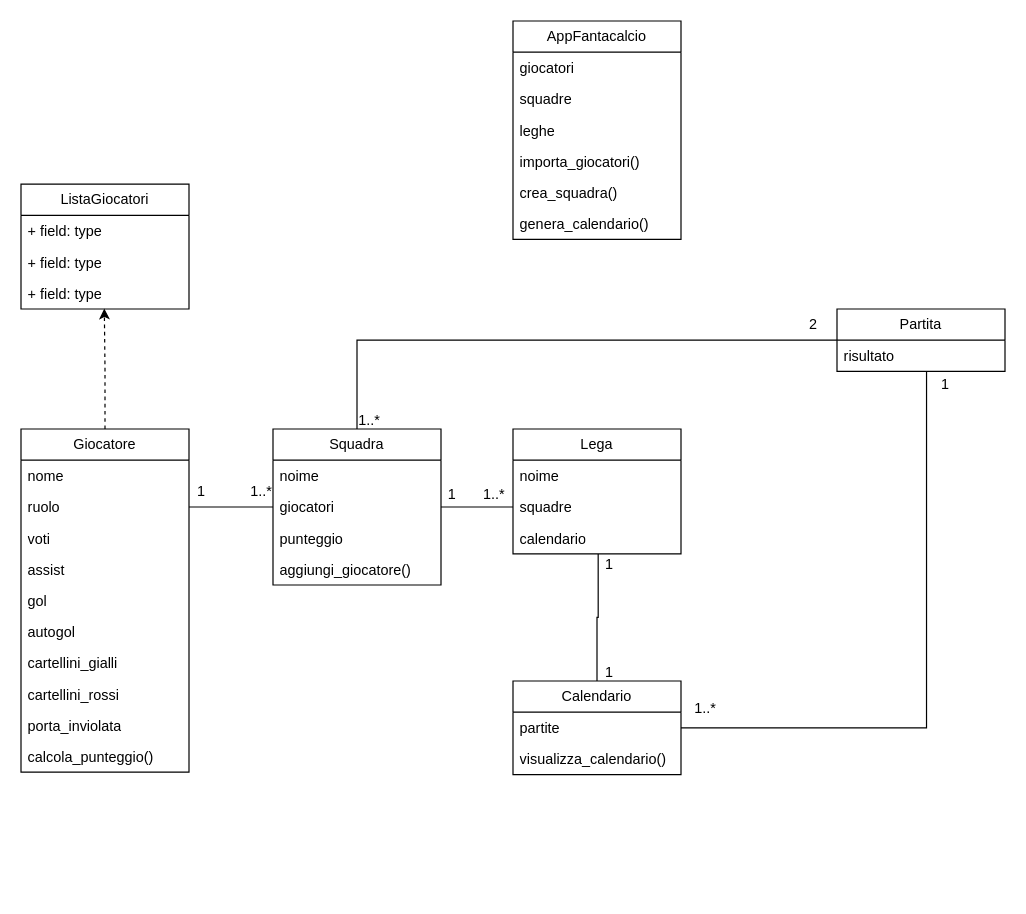
This is specifiche/fantacalcio.drawio from franz-07/PROG-FANTACALCIO, a draw.io file, before an edit. Source tidied: cells renumbered, new cells numbered last; positions are measured from the earlier drawing's top-left corner, leaving out a move shared by most shapes. Both pictures are drawn from the tidied source at 120%, with x=0, y=0 at pixel (20, 20).
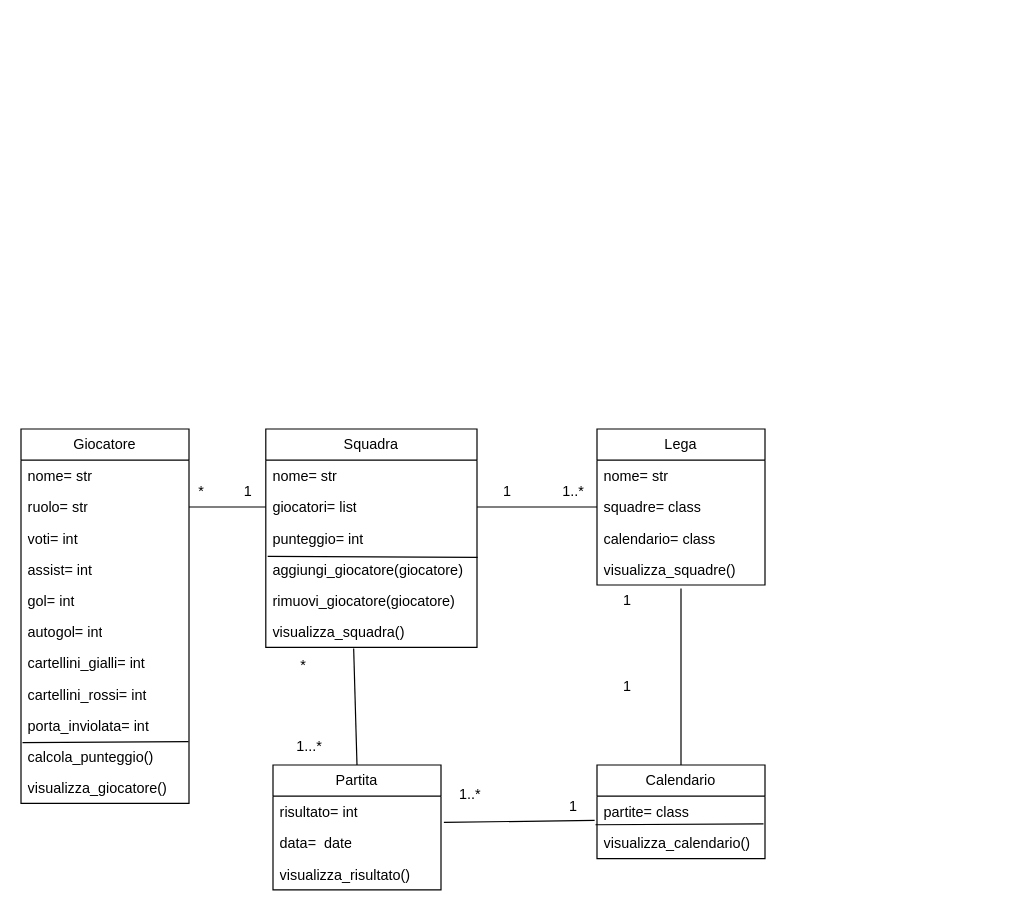
The same page after the edit.

Commit message:
modifica uml

The change refers to these unchanged cells:
```xml
<mxCell id="12" value="calcola_punteggio()" style="text;strokeColor=none;fillColor=none;align=left;verticalAlign=top;spacingLeft=4;spacingRight=4;overflow=hidden;points=[[0,0.5],[1,0.5]];portConstraint=eastwest;whiteSpace=wrap;html=1;" parent="2" vertex="1">
  <mxGeometry y="260" width="140" height="26" as="geometry" />
</mxCell>
```

The edit, as a diff of the source:
```diff
@@
     <mxCell id="2" value="Giocatore" style="swimlane;fontStyle=0;horizontal=1;startSize=26;fillColor=none;whiteSpace=wrap;html=1;" parent="1" vertex="1">
-      <mxGeometry y="340" width="140" height="286" as="geometry" />
+      <mxGeometry y="340" width="140" height="312" as="geometry" />
     </mxCell>
-    <mxCell id="3" value="nome" style="text;strokeColor=none;fillColor=none;align=left;verticalAlign=top;spacingLeft=4;spacingRight=4;overflow=hidden;whiteSpace=wrap;html=1;" parent="2" vertex="1">
+    <mxCell id="3" value="nome= str" style="text;strokeColor=none;fillColor=none;align=left;verticalAlign=top;spacingLeft=4;spacingRight=4;overflow=hidden;whiteSpace=wrap;html=1;" parent="2" vertex="1">
       <mxGeometry y="26" width="140" height="26" as="geometry" />
     </mxCell>
-    <mxCell id="4" value="&lt;div&gt;ruolo&lt;/div&gt;" style="text;strokeColor=none;fillColor=none;align=left;verticalAlign=top;spacingLeft=4;spacingRight=4;overflow=hidden;points=[[0,0.5],[1,0.5]];portConstraint=eastwest;whiteSpace=wrap;html=1;" parent="2" vertex="1">
+    <mxCell id="4" value="&lt;div&gt;ruolo= str&lt;/div&gt;" style="text;strokeColor=none;fillColor=none;align=left;verticalAlign=top;spacingLeft=4;spacingRight=4;overflow=hidden;points=[[0,0.5],[1,0.5]];portConstraint=eastwest;whiteSpace=wrap;html=1;" parent="2" vertex="1">
       <mxGeometry y="52" width="140" height="26" as="geometry" />
     </mxCell>
-    <mxCell id="5" value="voti" style="text;strokeColor=none;fillColor=none;align=left;verticalAlign=top;spacingLeft=4;spacingRight=4;overflow=hidden;whiteSpace=wrap;html=1;" parent="2" vertex="1">
+    <mxCell id="5" value="voti= int" style="text;strokeColor=none;fillColor=none;align=left;verticalAlign=top;spacingLeft=4;spacingRight=4;overflow=hidden;whiteSpace=wrap;html=1;" parent="2" vertex="1">
       <mxGeometry y="78" width="140" height="26" as="geometry" />
     </mxCell>
-    <mxCell id="6" value="assist" style="text;strokeColor=none;fillColor=none;align=left;verticalAlign=top;spacingLeft=4;spacingRight=4;overflow=hidden;whiteSpace=wrap;html=1;" parent="2" vertex="1">
+    <mxCell id="6" value="assist= int" style="text;strokeColor=none;fillColor=none;align=left;verticalAlign=top;spacingLeft=4;spacingRight=4;overflow=hidden;whiteSpace=wrap;html=1;" parent="2" vertex="1">
       <mxGeometry y="104" width="140" height="26" as="geometry" />
     </mxCell>
-    <mxCell id="7" value="gol" style="text;strokeColor=none;fillColor=none;align=left;verticalAlign=top;spacingLeft=4;spacingRight=4;overflow=hidden;whiteSpace=wrap;html=1;" parent="2" vertex="1">
+    <mxCell id="7" value="gol= int" style="text;strokeColor=none;fillColor=none;align=left;verticalAlign=top;spacingLeft=4;spacingRight=4;overflow=hidden;whiteSpace=wrap;html=1;" parent="2" vertex="1">
       <mxGeometry y="130" width="140" height="26" as="geometry" />
     </mxCell>
-    <mxCell id="8" value="autogol" style="text;strokeColor=none;fillColor=none;align=left;verticalAlign=top;spacingLeft=4;spacingRight=4;overflow=hidden;whiteSpace=wrap;html=1;" parent="2" vertex="1">
+    <mxCell id="8" value="autogol= int" style="text;strokeColor=none;fillColor=none;align=left;verticalAlign=top;spacingLeft=4;spacingRight=4;overflow=hidden;whiteSpace=wrap;html=1;" parent="2" vertex="1">
       <mxGeometry y="156" width="140" height="26" as="geometry" />
     </mxCell>
-    <mxCell id="9" value="cartellini_gialli" style="text;strokeColor=none;fillColor=none;align=left;verticalAlign=top;spacingLeft=4;spacingRight=4;overflow=hidden;whiteSpace=wrap;html=1;" parent="2" vertex="1">
+    <mxCell id="9" value="cartellini_gialli= int" style="text;strokeColor=none;fillColor=none;align=left;verticalAlign=top;spacingLeft=4;spacingRight=4;overflow=hidden;whiteSpace=wrap;html=1;" parent="2" vertex="1">
       <mxGeometry y="182" width="140" height="26" as="geometry" />
     </mxCell>
-    <mxCell id="10" value="cartellini_rossi" style="text;strokeColor=none;fillColor=none;align=left;verticalAlign=top;spacingLeft=4;spacingRight=4;overflow=hidden;whiteSpace=wrap;html=1;" parent="2" vertex="1">
+    <mxCell id="10" value="cartellini_rossi= int" style="text;strokeColor=none;fillColor=none;align=left;verticalAlign=top;spacingLeft=4;spacingRight=4;overflow=hidden;whiteSpace=wrap;html=1;" parent="2" vertex="1">
       <mxGeometry y="208" width="140" height="26" as="geometry" />
     </mxCell>
-    <mxCell id="11" value="porta_inviolata" style="text;strokeColor=none;fillColor=none;align=left;verticalAlign=top;spacingLeft=4;spacingRight=4;overflow=hidden;whiteSpace=wrap;html=1;" parent="2" vertex="1">
+    <mxCell id="11" value="porta_inviolata= int" style="text;strokeColor=none;fillColor=none;align=left;verticalAlign=top;spacingLeft=4;spacingRight=4;overflow=hidden;whiteSpace=wrap;html=1;" parent="2" vertex="1">
       <mxGeometry y="234" width="140" height="26" as="geometry" />
     </mxCell>
@@
+    <mxCell id="54" style="endArrow=none;html=1;rounded=0;exitX=0.009;exitY=0.054;exitDx=0;exitDy=0;exitPerimeter=0;entryX=0.997;entryY=0.023;entryDx=0;entryDy=0;entryPerimeter=0;" parent="2" edge="1" source="12" target="12">
+      <mxGeometry relative="1" as="geometry" />
+    </mxCell>
+    <mxCell id="55" value="visualizza_giocatore()" style="text;strokeColor=none;fillColor=none;align=left;verticalAlign=top;spacingLeft=4;spacingRight=4;overflow=hidden;whiteSpace=wrap;html=1;" parent="2" vertex="1">
+      <mxGeometry y="286" width="140" height="26" as="geometry" />
+    </mxCell>
     <mxCell id="13" value="Squadra" style="swimlane;fontStyle=0;horizontal=1;startSize=26;fillColor=none;whiteSpace=wrap;html=1;" parent="1" vertex="1">
-      <mxGeometry x="210" y="340" width="140" height="130" as="geometry" />
+      <mxGeometry x="204" y="340" width="176" height="182" as="geometry" />
     </mxCell>
-    <mxCell id="14" value="noime" style="text;strokeColor=none;fillColor=none;align=left;verticalAlign=top;spacingLeft=4;spacingRight=4;overflow=hidden;whiteSpace=wrap;html=1;" parent="13" vertex="1">
-      <mxGeometry y="26" width="140" height="26" as="geometry" />
+    <mxCell id="14" value="nome= str" style="text;strokeColor=none;fillColor=none;align=left;verticalAlign=top;spacingLeft=4;spacingRight=4;overflow=hidden;whiteSpace=wrap;html=1;" parent="13" vertex="1">
+      <mxGeometry y="26" width="176" height="26" as="geometry" />
     </mxCell>
-    <mxCell id="15" value="giocatori" style="text;strokeColor=none;fillColor=none;align=left;verticalAlign=top;spacingLeft=4;spacingRight=4;overflow=hidden;points=[[0,0.5],[1,0.5]];portConstraint=eastwest;whiteSpace=wrap;html=1;" parent="13" vertex="1">
-      <mxGeometry y="52" width="140" height="26" as="geometry" />
+    <mxCell id="15" value="giocatori= list" style="text;strokeColor=none;fillColor=none;align=left;verticalAlign=top;spacingLeft=4;spacingRight=4;overflow=hidden;points=[[0,0.5],[1,0.5]];portConstraint=eastwest;whiteSpace=wrap;html=1;" parent="13" vertex="1">
+      <mxGeometry y="52" width="176" height="26" as="geometry" />
     </mxCell>
-    <mxCell id="16" value="punteggio" style="text;strokeColor=none;fillColor=none;align=left;verticalAlign=top;spacingLeft=4;spacingRight=4;overflow=hidden;points=[[0,0.5],[1,0.5]];portConstraint=eastwest;whiteSpace=wrap;html=1;" parent="13" vertex="1">
-      <mxGeometry y="78" width="140" height="26" as="geometry" />
+    <mxCell id="16" value="punteggio= int" style="text;strokeColor=none;fillColor=none;align=left;verticalAlign=top;spacingLeft=4;spacingRight=4;overflow=hidden;points=[[0,0.5],[1,0.5]];portConstraint=eastwest;whiteSpace=wrap;html=1;" parent="13" vertex="1">
+      <mxGeometry y="78" width="176" height="26" as="geometry" />
     </mxCell>
-    <mxCell id="17" value="aggiungi_giocatore()" style="text;strokeColor=none;fillColor=none;align=left;verticalAlign=top;spacingLeft=4;spacingRight=4;overflow=hidden;points=[[0,0.5],[1,0.5]];portConstraint=eastwest;whiteSpace=wrap;html=1;" parent="13" vertex="1">
-      <mxGeometry y="104" width="140" height="26" as="geometry" />
+    <mxCell id="17" value="aggiungi_giocatore(giocatore)" style="text;strokeColor=none;fillColor=none;align=left;verticalAlign=top;spacingLeft=4;spacingRight=4;overflow=hidden;points=[[0,0.5],[1,0.5]];portConstraint=eastwest;whiteSpace=wrap;html=1;" parent="13" vertex="1">
+      <mxGeometry y="104" width="176" height="26" as="geometry" />
     </mxCell>
+    <mxCell id="56" style="endArrow=none;html=1;rounded=0;entryX=1.003;entryY=0.115;entryDx=0;entryDy=0;entryPerimeter=0;exitX=0.009;exitY=1.085;exitDx=0;exitDy=0;exitPerimeter=0;" parent="13" edge="1" source="16" target="17">
+      <mxGeometry relative="1" as="geometry" />
+    </mxCell>
+    <mxCell id="57" value="rimuovi_giocatore(giocatore)" style="text;strokeColor=none;fillColor=none;align=left;verticalAlign=top;spacingLeft=4;spacingRight=4;overflow=hidden;whiteSpace=wrap;html=1;" parent="13" vertex="1">
+      <mxGeometry y="130" width="176" height="26" as="geometry" />
+    </mxCell>
+    <mxCell id="58" value="visualizza_squadra()" style="text;strokeColor=none;fillColor=none;align=left;verticalAlign=top;spacingLeft=4;spacingRight=4;overflow=hidden;points=[[0,0.5],[1,0.5]];portConstraint=eastwest;whiteSpace=wrap;html=1;" parent="13" vertex="1">
+      <mxGeometry y="156" width="176" height="26" as="geometry" />
+    </mxCell>
     <mxCell id="18" value="Lega" style="swimlane;fontStyle=0;horizontal=1;startSize=26;fillColor=none;whiteSpace=wrap;html=1;" parent="1" vertex="1">
-      <mxGeometry x="410" y="340" width="140" height="104" as="geometry" />
+      <mxGeometry x="480" y="340" width="140" height="130" as="geometry" />
     </mxCell>
-    <mxCell id="19" value="noime" style="text;strokeColor=none;fillColor=none;align=left;verticalAlign=top;spacingLeft=4;spacingRight=4;overflow=hidden;whiteSpace=wrap;html=1;" parent="18" vertex="1">
+    <mxCell id="19" value="nome= str" style="text;strokeColor=none;fillColor=none;align=left;verticalAlign=top;spacingLeft=4;spacingRight=4;overflow=hidden;whiteSpace=wrap;html=1;" parent="18" vertex="1">
       <mxGeometry y="26" width="140" height="26" as="geometry" />
     </mxCell>
-    <mxCell id="20" value="squadre" style="text;strokeColor=none;fillColor=none;align=left;verticalAlign=top;spacingLeft=4;spacingRight=4;overflow=hidden;points=[[0,0.5],[1,0.5]];portConstraint=eastwest;whiteSpace=wrap;html=1;" parent="18" vertex="1">
+    <mxCell id="20" value="squadre= class" style="text;strokeColor=none;fillColor=none;align=left;verticalAlign=top;spacingLeft=4;spacingRight=4;overflow=hidden;points=[[0,0.5],[1,0.5]];portConstraint=eastwest;whiteSpace=wrap;html=1;" parent="18" vertex="1">
       <mxGeometry y="52" width="140" height="26" as="geometry" />
     </mxCell>
-    <mxCell id="21" value="calendario" style="text;strokeColor=none;fillColor=none;align=left;verticalAlign=top;spacingLeft=4;spacingRight=4;overflow=hidden;points=[[0,0.5],[1,0.5]];portConstraint=eastwest;whiteSpace=wrap;html=1;" parent="18" vertex="1">
+    <mxCell id="21" value="calendario= class&amp;nbsp;" style="text;strokeColor=none;fillColor=none;align=left;verticalAlign=top;spacingLeft=4;spacingRight=4;overflow=hidden;points=[[0,0.5],[1,0.5]];portConstraint=eastwest;whiteSpace=wrap;html=1;" parent="18" vertex="1">
       <mxGeometry y="78" width="140" height="26" as="geometry" />
     </mxCell>
-    <mxCell id="22" style="edgeStyle=orthogonalEdgeStyle;rounded=0;jettySize=auto;html=1;entryX=0.5;entryY=0;entryDx=0;entryDy=0;endArrow=none;startFill=0;" parent="1" edge="1" source="23" target="13">
-      <mxGeometry relative="1" as="geometry" />
-    </mxCell>
+    <mxCell id="59" value="visualizza_squadre()" style="text;strokeColor=none;fillColor=none;align=left;verticalAlign=top;spacingLeft=4;spacingRight=4;overflow=hidden;whiteSpace=wrap;html=1;" parent="18" vertex="1">
+      <mxGeometry y="104" width="140" height="26" as="geometry" />
+    </mxCell>
     <mxCell id="23" value="Partita" style="swimlane;fontStyle=0;horizontal=1;startSize=26;fillColor=none;whiteSpace=wrap;html=1;" parent="1" vertex="1">
-      <mxGeometry x="680" y="240" width="140" height="52" as="geometry" />
+      <mxGeometry x="210" y="620" width="140" height="104" as="geometry" />
     </mxCell>
-    <mxCell id="24" value="risultato" style="text;strokeColor=none;fillColor=none;align=left;verticalAlign=top;spacingLeft=4;spacingRight=4;overflow=hidden;points=[[0,0.5],[1,0.5]];portConstraint=eastwest;whiteSpace=wrap;html=1;" parent="23" vertex="1">
+    <mxCell id="24" value="risultato= int" style="text;strokeColor=none;fillColor=none;align=left;verticalAlign=top;spacingLeft=4;spacingRight=4;overflow=hidden;points=[[0,0.5],[1,0.5]];portConstraint=eastwest;whiteSpace=wrap;html=1;" parent="23" vertex="1">
       <mxGeometry y="26" width="140" height="26" as="geometry" />
     </mxCell>
-    <mxCell id="25" value="AppFantacalcio" style="swimlane;fontStyle=0;horizontal=1;startSize=26;fillColor=none;whiteSpace=wrap;html=1;" parent="1" vertex="1">
-      <mxGeometry x="410" width="140" height="182" as="geometry" />
-    </mxCell>
-    <mxCell id="26" value="giocatori" style="text;strokeColor=none;fillColor=none;align=left;verticalAlign=top;spacingLeft=4;spacingRight=4;overflow=hidden;whiteSpace=wrap;html=1;" parent="25" vertex="1">
-      <mxGeometry y="26" width="140" height="26" as="geometry" />
-    </mxCell>
-    <mxCell id="27" value="squadre" style="text;strokeColor=none;fillColor=none;align=left;verticalAlign=top;spacingLeft=4;spacingRight=4;overflow=hidden;whiteSpace=wrap;html=1;" parent="25" vertex="1">
-      <mxGeometry y="52" width="140" height="26" as="geometry" />
-    </mxCell>
-    <mxCell id="28" value="leghe" style="text;strokeColor=none;fillColor=none;align=left;verticalAlign=top;spacingLeft=4;spacingRight=4;overflow=hidden;whiteSpace=wrap;html=1;" parent="25" vertex="1">
-      <mxGeometry y="78" width="140" height="26" as="geometry" />
-    </mxCell>
-    <mxCell id="29" value="importa_giocatori()" style="text;strokeColor=none;fillColor=none;align=left;verticalAlign=top;spacingLeft=4;spacingRight=4;overflow=hidden;whiteSpace=wrap;html=1;" parent="25" vertex="1">
-      <mxGeometry y="104" width="140" height="26" as="geometry" />
-    </mxCell>
-    <mxCell id="30" value="crea_squadra()" style="text;strokeColor=none;fillColor=none;align=left;verticalAlign=top;spacingLeft=4;spacingRight=4;overflow=hidden;whiteSpace=wrap;html=1;" parent="25" vertex="1">
-      <mxGeometry y="130" width="140" height="26" as="geometry" />
-    </mxCell>
-    <mxCell id="31" value="genera_calendario()" style="text;strokeColor=none;fillColor=none;align=left;verticalAlign=top;spacingLeft=4;spacingRight=4;overflow=hidden;whiteSpace=wrap;html=1;" parent="25" vertex="1">
-      <mxGeometry y="156" width="140" height="26" as="geometry" />
-    </mxCell>
+    <mxCell id="60" value="data=&amp;nbsp; date" style="text;strokeColor=none;fillColor=none;align=left;verticalAlign=top;spacingLeft=4;spacingRight=4;overflow=hidden;whiteSpace=wrap;html=1;" parent="23" vertex="1">
+      <mxGeometry y="52" width="140" height="26" as="geometry" />
+    </mxCell>
+    <mxCell id="61" value="visualizza_risultato()" style="text;strokeColor=none;fillColor=none;align=left;verticalAlign=top;spacingLeft=4;spacingRight=4;overflow=hidden;whiteSpace=wrap;html=1;" parent="23" vertex="1">
+      <mxGeometry y="78" width="140" height="26" as="geometry" />
+    </mxCell>
     <mxCell id="32" value="Calendario" style="swimlane;fontStyle=0;horizontal=1;startSize=26;fillColor=none;whiteSpace=wrap;html=1;" parent="1" vertex="1">
-      <mxGeometry x="410" y="550" width="140" height="78" as="geometry" />
+      <mxGeometry x="480" y="620" width="140" height="78" as="geometry" />
     </mxCell>
-    <mxCell id="33" value="partite" style="text;strokeColor=none;fillColor=none;align=left;verticalAlign=top;spacingLeft=4;spacingRight=4;overflow=hidden;points=[[0,0.5],[1,0.5]];portConstraint=eastwest;whiteSpace=wrap;html=1;" parent="32" vertex="1">
+    <mxCell id="33" value="partite= class" style="text;strokeColor=none;fillColor=none;align=left;verticalAlign=top;spacingLeft=4;spacingRight=4;overflow=hidden;points=[[0,0.5],[1,0.5]];portConstraint=eastwest;whiteSpace=wrap;html=1;" parent="32" vertex="1">
       <mxGeometry y="26" width="140" height="26" as="geometry" />
     </mxCell>
@@
-    <mxCell id="35" value="ListaGiocatori" style="swimlane;fontStyle=0;horizontal=1;startSize=26;fillColor=none;whiteSpace=wrap;html=1;" parent="1" vertex="1">
-      <mxGeometry y="136" width="140" height="104" as="geometry" />
-    </mxCell>
-    <mxCell id="36" value="+ field: type" style="text;strokeColor=none;fillColor=none;align=left;verticalAlign=top;spacingLeft=4;spacingRight=4;overflow=hidden;whiteSpace=wrap;html=1;" parent="35" vertex="1">
-      <mxGeometry y="26" width="140" height="26" as="geometry" />
-    </mxCell>
-    <mxCell id="37" value="+ field: type" style="text;strokeColor=none;fillColor=none;align=left;verticalAlign=top;spacingLeft=4;spacingRight=4;overflow=hidden;whiteSpace=wrap;html=1;" parent="35" vertex="1">
-      <mxGeometry y="52" width="140" height="26" as="geometry" />
-    </mxCell>
-    <mxCell id="38" value="+ field: type" style="text;strokeColor=none;fillColor=none;align=left;verticalAlign=top;spacingLeft=4;spacingRight=4;overflow=hidden;points=[[0,0.5],[1,0.5]];portConstraint=eastwest;whiteSpace=wrap;html=1;" parent="35" vertex="1">
-      <mxGeometry y="78" width="140" height="26" as="geometry" />
-    </mxCell>
+    <mxCell id="62" style="endArrow=none;html=1;rounded=0;entryX=-0.009;entryY=0.915;entryDx=0;entryDy=0;entryPerimeter=0;exitX=0.991;exitY=0.885;exitDx=0;exitDy=0;exitPerimeter=0;" parent="32" edge="1" source="33" target="33">
+      <mxGeometry relative="1" as="geometry" />
+    </mxCell>
@@
-    <mxCell id="41" value="1" style="text;html=1;align=center;verticalAlign=middle;strokeColor=none;fillColor=none;" parent="1" vertex="1">
+    <mxCell id="41" value="*" style="text;html=1;align=center;verticalAlign=middle;strokeColor=none;fillColor=none;" parent="1" vertex="1">
       <mxGeometry x="135" y="377" width="30" height="30" as="geometry" />
     </mxCell>
-    <mxCell id="42" value="1..*" style="text;html=1;align=center;verticalAlign=middle;strokeColor=none;fillColor=none;" parent="1" vertex="1">
-      <mxGeometry x="180" y="377" width="40" height="30" as="geometry" />
+    <mxCell id="42" value="1" style="text;html=1;align=center;verticalAlign=middle;strokeColor=none;fillColor=none;" parent="1" vertex="1">
+      <mxGeometry x="174" y="377" width="30" height="30" as="geometry" />
     </mxCell>
-    <mxCell id="43" style="edgeStyle=orthogonalEdgeStyle;rounded=0;jettySize=auto;html=1;entryX=0.507;entryY=1.004;entryDx=0;entryDy=0;entryPerimeter=0;endArrow=none;startFill=0;" parent="1" edge="1" source="32" target="21">
-      <mxGeometry relative="1" as="geometry" />
-    </mxCell>
-    <mxCell id="44" style="edgeStyle=orthogonalEdgeStyle;rounded=0;jettySize=auto;html=1;entryX=0.533;entryY=1.013;entryDx=0;entryDy=0;entryPerimeter=0;endArrow=none;startFill=0;" parent="1" edge="1" source="33" target="24">
-      <mxGeometry relative="1" as="geometry" />
-    </mxCell>
     <mxCell id="45" value="1" style="text;html=1;align=center;verticalAlign=middle;strokeColor=none;fillColor=none;" parent="1" vertex="1">
-      <mxGeometry x="475" y="438" width="30" height="30" as="geometry" />
+      <mxGeometry x="490" y="468" width="30" height="30" as="geometry" />
     </mxCell>
     <mxCell id="46" value="1" style="text;html=1;align=center;verticalAlign=middle;strokeColor=none;fillColor=none;" parent="1" vertex="1">
-      <mxGeometry x="475" y="528" width="30" height="30" as="geometry" />
+      <mxGeometry x="490" y="540" width="30" height="30" as="geometry" />
     </mxCell>
-    <mxCell id="47" value="1" style="text;html=1;align=center;verticalAlign=middle;strokeColor=none;fillColor=none;" parent="1" vertex="1">
-      <mxGeometry x="755" y="288" width="30" height="30" as="geometry" />
+    <mxCell id="47" value="1..*" style="text;html=1;align=center;verticalAlign=middle;strokeColor=none;fillColor=none;" parent="1" vertex="1">
+      <mxGeometry x="354" y="630" width="40" height="30" as="geometry" />
     </mxCell>
-    <mxCell id="48" value="1..*" style="text;html=1;align=center;verticalAlign=middle;strokeColor=none;fillColor=none;" parent="1" vertex="1">
-      <mxGeometry x="550" y="558" width="40" height="30" as="geometry" />
+    <mxCell id="48" value="1" style="text;html=1;align=center;verticalAlign=middle;strokeColor=none;fillColor=none;" parent="1" vertex="1">
+      <mxGeometry x="445" y="640" width="30" height="30" as="geometry" />
     </mxCell>
-    <mxCell id="49" value="2" style="text;html=1;align=center;verticalAlign=middle;strokeColor=none;fillColor=none;" parent="1" vertex="1">
-      <mxGeometry x="645" y="238" width="30" height="30" as="geometry" />
+    <mxCell id="49" value="1...*" style="text;html=1;align=center;verticalAlign=middle;strokeColor=none;fillColor=none;" parent="1" vertex="1">
+      <mxGeometry x="220" y="590" width="40" height="30" as="geometry" />
     </mxCell>
-    <mxCell id="50" value="1..*" style="text;html=1;align=center;verticalAlign=middle;strokeColor=none;fillColor=none;" parent="1" vertex="1">
-      <mxGeometry x="270" y="318" width="40" height="30" as="geometry" />
+    <mxCell id="50" value="*" style="text;html=1;align=center;verticalAlign=middle;strokeColor=none;fillColor=none;" parent="1" vertex="1">
+      <mxGeometry x="220" y="522" width="30" height="30" as="geometry" />
     </mxCell>
     <mxCell id="51" value="1" style="text;html=1;align=center;verticalAlign=middle;strokeColor=none;fillColor=none;" parent="1" vertex="1">
-      <mxGeometry x="344" y="380" width="30" height="30" as="geometry" />
+      <mxGeometry x="390" y="377" width="30" height="30" as="geometry" />
     </mxCell>
     <mxCell id="52" value="1..*" style="text;html=1;align=center;verticalAlign=middle;strokeColor=none;fillColor=none;" parent="1" vertex="1">
-      <mxGeometry x="374" y="380" width="40" height="30" as="geometry" />
+      <mxGeometry x="440" y="377" width="40" height="30" as="geometry" />
     </mxCell>
-    <mxCell id="53" style="edgeStyle=orthogonalEdgeStyle;rounded=0;jettySize=auto;html=1;entryX=0.496;entryY=0.987;entryDx=0;entryDy=0;entryPerimeter=0;dashed=1;" parent="1" edge="1" source="2" target="38">
-      <mxGeometry relative="1" as="geometry" />
-    </mxCell>
+    <mxCell id="63" style="endArrow=none;html=1;rounded=0;entryX=0.416;entryY=1.038;entryDx=0;entryDy=0;entryPerimeter=0;exitX=0.5;exitY=0;exitDx=0;exitDy=0;" parent="1" edge="1" source="23" target="58">
+      <mxGeometry relative="1" as="geometry" />
+    </mxCell>
+    <mxCell id="64" style="endArrow=none;html=1;rounded=0;entryX=-0.014;entryY=0.777;entryDx=0;entryDy=0;entryPerimeter=0;exitX=1.017;exitY=0.838;exitDx=0;exitDy=0;exitPerimeter=0;" parent="1" edge="1" source="24" target="33">
+      <mxGeometry relative="1" as="geometry" />
+    </mxCell>
+    <mxCell id="65" style="endArrow=none;html=1;rounded=0;exitX=0.5;exitY=0;exitDx=0;exitDy=0;" parent="1" edge="1" source="32">
+      <mxGeometry relative="1" as="geometry">
+        <mxPoint x="550" y="473" as="targetPoint" />
+      </mxGeometry>
+    </mxCell>
```
